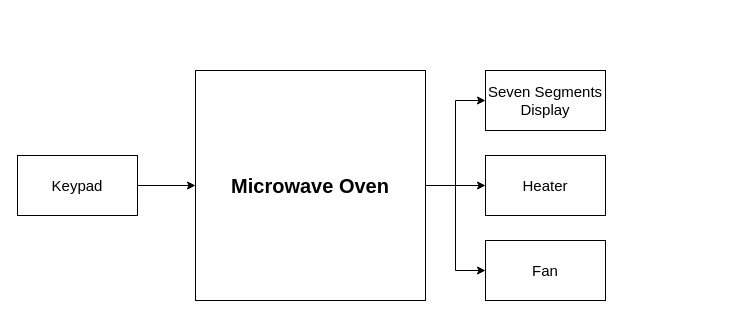
Earlier version of the draw.io diagram Microwave Oven SW Design - Context Block.drawio (abdulrahman9901/Microwave-Oven-SW-Design). Source tidied: cells renumbered, new cells numbered last; positions are measured from the earlier drawing's top-left corner, leaving out a move shared by most shapes. Both pictures are drawn from the tidied source at 100%, with x=0, y=0 at pixel (17, 70).
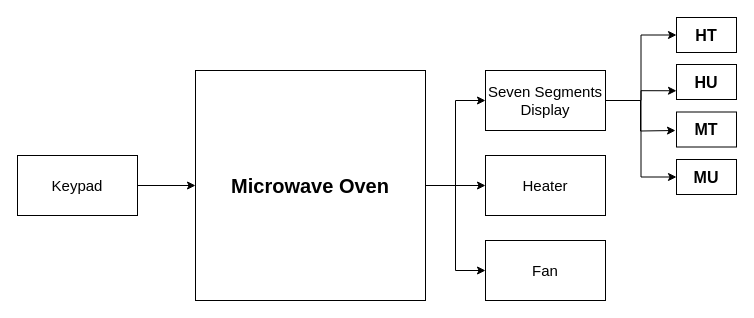
After the change.

Change to the diagram source:
```diff
@@
 <mxGraphModel>
   <root>
     <mxCell id="0" />
     <mxCell id="1" parent="0" />
     <mxCell id="2" style="edgeStyle=orthogonalEdgeStyle;rounded=0;jettySize=auto;html=1;entryX=0;entryY=0.5;entryDx=0;entryDy=0;" parent="1" edge="1" source="5" target="6">
       <mxGeometry relative="1" as="geometry" />
     </mxCell>
     <mxCell id="3" style="edgeStyle=orthogonalEdgeStyle;rounded=0;jettySize=auto;html=1;exitX=1;exitY=0.5;exitDx=0;exitDy=0;entryX=0;entryY=0.5;entryDx=0;entryDy=0;" parent="1" edge="1" source="5" target="9">
       <mxGeometry relative="1" as="geometry" />
     </mxCell>
     <mxCell id="4" style="edgeStyle=orthogonalEdgeStyle;rounded=0;jettySize=auto;html=1;exitX=1;exitY=0.5;exitDx=0;exitDy=0;" parent="1" edge="1" source="5" target="10">
       <mxGeometry relative="1" as="geometry" />
     </mxCell>
     <mxCell id="5" value="&lt;b&gt;&lt;font style=&quot;font-size: 20px;&quot;&gt;Microwave Oven&lt;/font&gt;&lt;/b&gt;" style="whiteSpace=wrap;html=1;" parent="1" vertex="1">
       <mxGeometry x="178" width="230" height="230" as="geometry" />
     </mxCell>
+    <mxCell id="11" style="edgeStyle=orthogonalEdgeStyle;rounded=0;jettySize=auto;html=1;entryX=0;entryY=0.5;entryDx=0;entryDy=0;" parent="1" edge="1" source="6" target="15">
+      <mxGeometry relative="1" as="geometry" />
+    </mxCell>
+    <mxCell id="12" style="edgeStyle=orthogonalEdgeStyle;rounded=0;jettySize=auto;html=1;entryX=0;entryY=0.75;entryDx=0;entryDy=0;" parent="1" edge="1" source="6" target="16">
+      <mxGeometry relative="1" as="geometry" />
+    </mxCell>
+    <mxCell id="13" style="edgeStyle=orthogonalEdgeStyle;rounded=0;jettySize=auto;html=1;" parent="1" edge="1" source="6">
+      <mxGeometry relative="1" as="geometry">
+        <mxPoint x="658" y="60" as="targetPoint" />
+      </mxGeometry>
+    </mxCell>
+    <mxCell id="14" style="edgeStyle=orthogonalEdgeStyle;rounded=0;jettySize=auto;html=1;entryX=0;entryY=0.5;entryDx=0;entryDy=0;" parent="1" edge="1" source="6" target="18">
+      <mxGeometry relative="1" as="geometry" />
+    </mxCell>
     <mxCell id="6" value="Seven Segments Display" style="rounded=0;whiteSpace=wrap;html=1;fontStyle=0;fontSize=15;" parent="1" vertex="1">
       <mxGeometry x="468" width="120" height="60" as="geometry" />
     </mxCell>
     <mxCell id="7" style="edgeStyle=orthogonalEdgeStyle;rounded=0;jettySize=auto;html=1;exitX=1;exitY=0.5;exitDx=0;exitDy=0;entryX=0;entryY=0.5;entryDx=0;entryDy=0;" parent="1" edge="1" source="8" target="5">
       <mxGeometry relative="1" as="geometry" />
     </mxCell>
     <mxCell id="8" value="Keypad" style="rounded=0;whiteSpace=wrap;html=1;fontStyle=0;fontSize=15;" parent="1" vertex="1">
       <mxGeometry y="85" width="120" height="60" as="geometry" />
     </mxCell>
     <mxCell id="9" value="Heater" style="rounded=0;whiteSpace=wrap;html=1;fontStyle=0;fontSize=15;" parent="1" vertex="1">
       <mxGeometry x="468" y="85" width="120" height="60" as="geometry" />
     </mxCell>
     <mxCell id="10" value="Fan" style="rounded=0;whiteSpace=wrap;html=1;fontStyle=0;fontSize=15;" parent="1" vertex="1">
       <mxGeometry x="468" y="170" width="120" height="60" as="geometry" />
     </mxCell>
+    <mxCell id="15" value="HT" style="rounded=0;whiteSpace=wrap;html=1;fontSize=16;fontStyle=1;" parent="1" vertex="1">
+      <mxGeometry x="659" y="-53" width="60" height="35" as="geometry" />
+    </mxCell>
+    <mxCell id="16" value="HU" style="rounded=0;whiteSpace=wrap;html=1;fontSize=16;fontStyle=1;" parent="1" vertex="1">
+      <mxGeometry x="659" y="-6" width="60" height="35" as="geometry" />
+    </mxCell>
+    <mxCell id="17" value="MT" style="rounded=0;whiteSpace=wrap;html=1;fontSize=16;fontStyle=1;" parent="1" vertex="1">
+      <mxGeometry x="659" y="41.5" width="60" height="35" as="geometry" />
+    </mxCell>
+    <mxCell id="18" value="MU" style="rounded=0;whiteSpace=wrap;html=1;fontSize=16;fontStyle=1;" parent="1" vertex="1">
+      <mxGeometry x="659" y="89" width="60" height="35" as="geometry" />
+    </mxCell>
   </root>
 </mxGraphModel>
```
